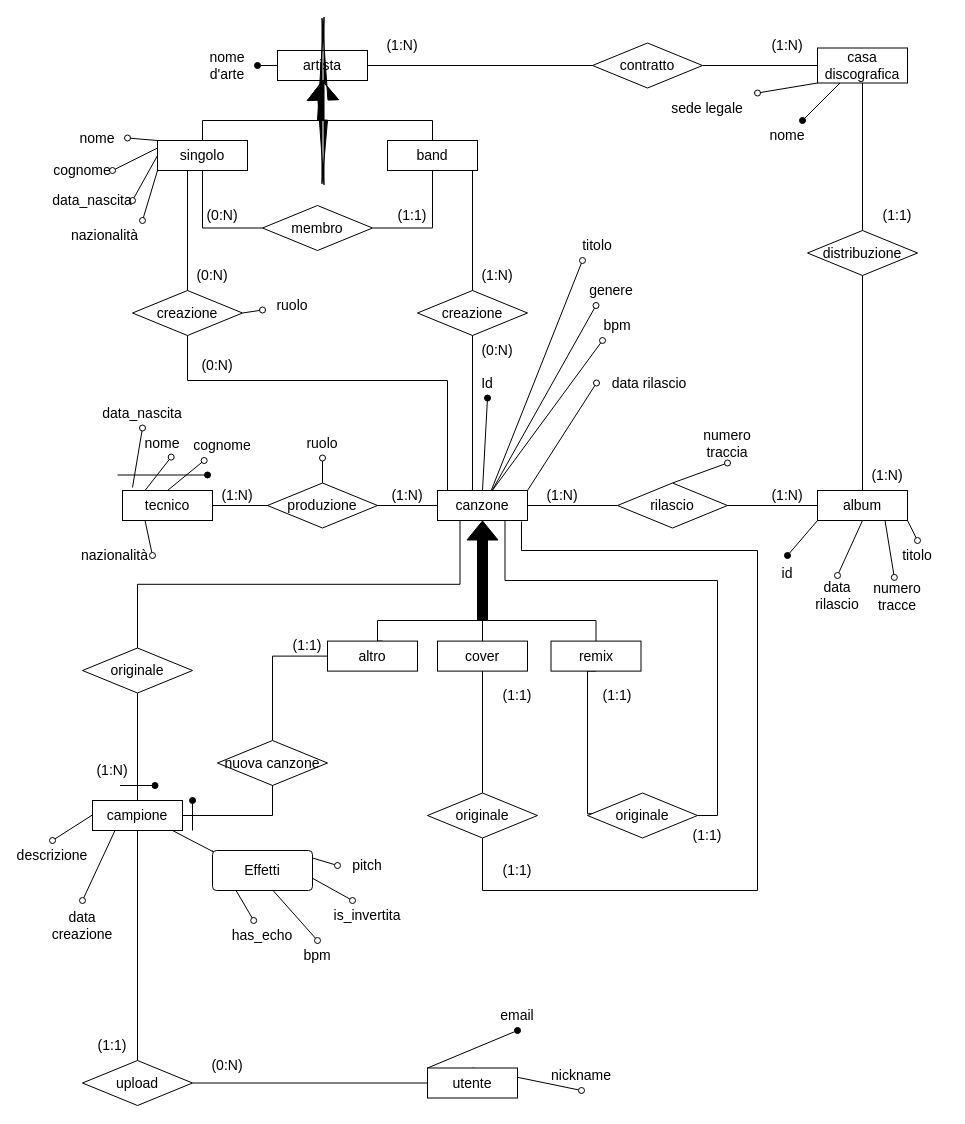
This is diagramma er v2.drawio from Stef4noo/materiale-progetto-basi, a draw.io file, before an edit. Source tidied: cells renumbered, new cells numbered last; positions are measured from the earlier drawing's top-left corner, leaving out a move shared by most shapes. Both pictures are drawn from the tidied source at 100%, with x=0, y=0 at pixel (22, 30).
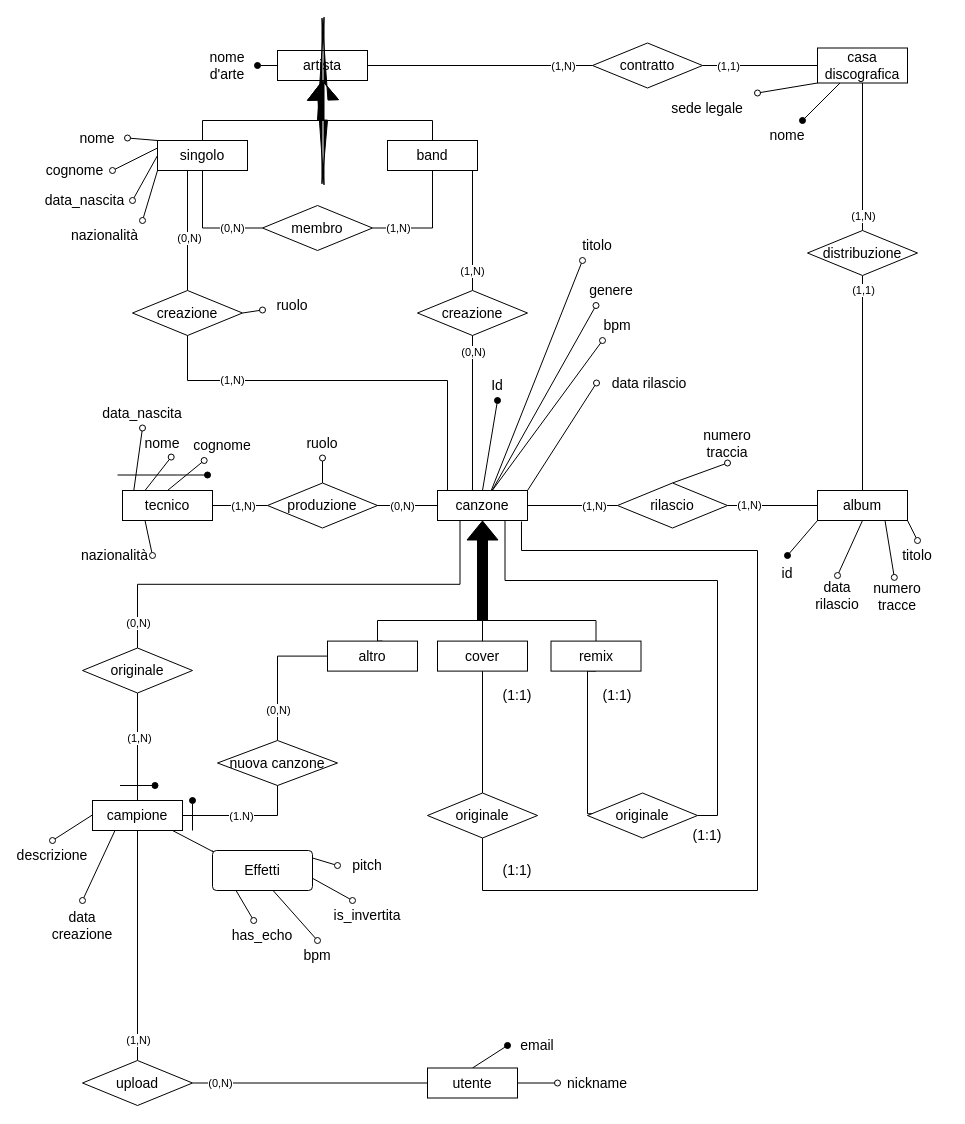
Above is the later version.

Commit message:
sistemate castronerie su cardinalità

The change refers to these unchanged cells:
```xml
<mxCell id="7" style="edgeStyle=orthogonalEdgeStyle;rounded=0;jettySize=auto;html=1;exitX=0.25;exitY=1;exitDx=0;exitDy=0;entryX=0.5;entryY=0;entryDx=0;entryDy=0;endArrow=none;endFill=0;fontSize=14;" parent="1" edge="1" source="8" target="25">
  <mxGeometry relative="1" as="geometry" />
</mxCell>
<mxCell id="17" value="campione" style="whiteSpace=wrap;html=1;align=center;labelBackgroundColor=none;fontSize=14;" parent="1" vertex="1">
  <mxGeometry x="70" y="770" width="90" height="30" as="geometry" />
</mxCell>
<mxCell id="18" style="edgeStyle=orthogonalEdgeStyle;rounded=0;jettySize=auto;html=1;entryX=1;entryY=0.5;entryDx=0;entryDy=0;endArrow=none;endFill=0;labelBackgroundColor=none;fontColor=default;fontSize=14;" parent="1" edge="1" source="21" target="8">
  <mxGeometry relative="1" as="geometry" />
</mxCell>
<mxCell id="19" style="edgeStyle=orthogonalEdgeStyle;rounded=0;jettySize=auto;html=1;entryX=0;entryY=0.5;entryDx=0;entryDy=0;endArrow=none;endFill=0;labelBackgroundColor=none;fontColor=default;fontSize=14;" parent="1" edge="1" source="21" target="13">
  <mxGeometry relative="1" as="geometry" />
</mxCell>
<mxCell id="22" style="edgeStyle=orthogonalEdgeStyle;rounded=0;jettySize=auto;html=1;exitX=0.75;exitY=1;exitDx=0;exitDy=0;entryX=0.5;entryY=0;entryDx=0;entryDy=0;endArrow=none;endFill=0;fontSize=14;" parent="1" edge="1" source="23" target="121">
  <mxGeometry relative="1" as="geometry">
    <Array as="points">
      <mxPoint x="450" y="140" />
    </Array>
  </mxGeometry>
</mxCell>
<mxCell id="24" style="edgeStyle=orthogonalEdgeStyle;rounded=0;jettySize=auto;html=1;exitX=0.5;exitY=1;exitDx=0;exitDy=0;endArrow=none;endFill=0;fontSize=14;" parent="1" edge="1" source="25" target="17">
  <mxGeometry relative="1" as="geometry" />
</mxCell>
<mxCell id="26" style="edgeStyle=orthogonalEdgeStyle;rounded=0;jettySize=auto;html=1;exitX=0.5;exitY=0;exitDx=0;exitDy=0;entryX=0;entryY=0.5;entryDx=0;entryDy=0;endArrow=none;endFill=0;fontSize=14;" parent="1" edge="1" source="27" target="130">
  <mxGeometry relative="1" as="geometry" />
</mxCell>
<mxCell id="30" value="utente" style="whiteSpace=wrap;html=1;align=center;labelBackgroundColor=none;fontSize=14;" parent="1" vertex="1">
  <mxGeometry x="405" y="1037.5" width="90" height="30" as="geometry" />
</mxCell>
<mxCell id="31" style="edgeStyle=orthogonalEdgeStyle;rounded=0;jettySize=auto;html=1;entryX=0.5;entryY=1;entryDx=0;entryDy=0;endArrow=none;endFill=0;fontSize=14;" parent="1" edge="1" source="33" target="17">
  <mxGeometry relative="1" as="geometry" />
</mxCell>
<mxCell id="32" style="edgeStyle=orthogonalEdgeStyle;rounded=0;jettySize=auto;html=1;exitX=1;exitY=0.5;exitDx=0;exitDy=0;entryX=0;entryY=0.5;entryDx=0;entryDy=0;endArrow=none;endFill=0;fontSize=14;" parent="1" edge="1" source="33" target="30">
  <mxGeometry relative="1" as="geometry" />
</mxCell>
<mxCell id="34" style="edgeStyle=orthogonalEdgeStyle;rounded=0;jettySize=auto;html=1;exitX=0;exitY=0.5;exitDx=0;exitDy=0;entryX=0.5;entryY=1;entryDx=0;entryDy=0;endArrow=none;endFill=0;fontSize=14;" parent="1" edge="1" source="36" target="43">
  <mxGeometry relative="1" as="geometry" />
</mxCell>
<mxCell id="35" style="edgeStyle=orthogonalEdgeStyle;rounded=0;jettySize=auto;html=1;exitX=1;exitY=0.5;exitDx=0;exitDy=0;entryX=0.5;entryY=1;entryDx=0;entryDy=0;endArrow=none;endFill=0;fontSize=14;" parent="1" edge="1" source="36" target="23">
  <mxGeometry relative="1" as="geometry" />
</mxCell>
<mxCell id="41" style="edgeStyle=orthogonalEdgeStyle;rounded=0;jettySize=auto;html=1;exitX=0.25;exitY=1;exitDx=0;exitDy=0;endArrow=none;endFill=0;fontSize=14;" parent="1" edge="1" source="43" target="51">
  <mxGeometry relative="1" as="geometry">
    <Array as="points">
      <mxPoint x="165" y="140" />
    </Array>
  </mxGeometry>
</mxCell>
<mxCell id="49" value="tecnico" style="whiteSpace=wrap;html=1;align=center;labelBackgroundColor=none;fontSize=14;" parent="1" vertex="1">
  <mxGeometry x="100" y="460" width="90" height="30" as="geometry" />
</mxCell>
<mxCell id="52" style="edgeStyle=orthogonalEdgeStyle;rounded=0;jettySize=auto;html=1;shape=wire;dashed=1;endArrow=none;endFill=0;entryX=0;entryY=0.5;entryDx=0;entryDy=0;exitX=1;exitY=0.5;exitDx=0;exitDy=0;fontSize=14;" parent="1" edge="1" source="55" target="8">
  <mxGeometry relative="1" as="geometry">
    <Array as="points">
      <mxPoint x="345" y="475" />
      <mxPoint x="345" y="475" />
    </Array>
  </mxGeometry>
</mxCell>
<mxCell id="54" style="edgeStyle=orthogonalEdgeStyle;rounded=0;jettySize=auto;html=1;exitX=0;exitY=0.5;exitDx=0;exitDy=0;entryX=1;entryY=0.5;entryDx=0;entryDy=0;endArrow=none;endFill=0;fontSize=14;" parent="1" edge="1" source="55" target="49">
  <mxGeometry relative="1" as="geometry" />
</mxCell>
<mxCell id="56" style="edgeStyle=orthogonalEdgeStyle;rounded=0;jettySize=auto;html=1;entryX=0;entryY=0;entryDx=0;entryDy=0;endArrow=none;endFill=0;exitX=0.5;exitY=1;exitDx=0;exitDy=0;fontSize=14;" parent="1" edge="1" source="51" target="8">
  <mxGeometry relative="1" as="geometry">
    <Array as="points">
      <mxPoint x="165" y="350" />
      <mxPoint x="425" y="350" />
      <mxPoint x="425" y="460" />
    </Array>
  </mxGeometry>
</mxCell>
<mxCell id="57" style="edgeStyle=orthogonalEdgeStyle;rounded=0;jettySize=auto;html=1;exitX=0;exitY=0.5;exitDx=0;exitDy=0;entryX=1;entryY=0.5;entryDx=0;entryDy=0;endArrow=none;endFill=0;fontSize=14;" parent="1" edge="1" source="61" target="63">
  <mxGeometry relative="1" as="geometry" />
</mxCell>
<mxCell id="60" style="edgeStyle=orthogonalEdgeStyle;rounded=0;jettySize=auto;html=1;exitX=0.5;exitY=1;exitDx=0;exitDy=0;entryX=0.5;entryY=0;entryDx=0;entryDy=0;endArrow=none;endFill=0;" parent="1" edge="1" source="61" target="65">
  <mxGeometry relative="1" as="geometry" />
</mxCell>
<mxCell id="62" style="edgeStyle=orthogonalEdgeStyle;rounded=0;jettySize=auto;html=1;exitX=0;exitY=0.5;exitDx=0;exitDy=0;entryX=1;entryY=0.5;entryDx=0;entryDy=0;endArrow=none;endFill=0;fontSize=14;" parent="1" edge="1" source="63" target="45">
  <mxGeometry relative="1" as="geometry" />
</mxCell>
<mxCell id="64" style="edgeStyle=orthogonalEdgeStyle;rounded=0;jettySize=auto;html=1;exitX=0.5;exitY=1;exitDx=0;exitDy=0;endArrow=none;endFill=0;fontSize=14;" parent="1" edge="1" source="65" target="13">
  <mxGeometry relative="1" as="geometry" />
</mxCell>
<mxCell id="84" value="data_nascita" style="text;html=1;whiteSpace=wrap;strokeColor=none;fillColor=none;align=center;verticalAlign=middle;rounded=0;fontSize=14;" parent="1" vertex="1">
  <mxGeometry x="80" y="367.5" width="80" height="30" as="geometry" />
</mxCell>
<mxCell id="122" style="edgeStyle=orthogonalEdgeStyle;rounded=0;jettySize=auto;html=1;exitX=0.5;exitY=1;exitDx=0;exitDy=0;entryX=0.375;entryY=-0.003;entryDx=0;entryDy=0;entryPerimeter=0;endArrow=none;endFill=0;fontSize=14;" parent="1" edge="1" source="121" target="8">
  <mxGeometry relative="1" as="geometry">
    <Array as="points">
      <mxPoint x="450" y="460" />
    </Array>
  </mxGeometry>
</mxCell>
```

What changed in the source:
```diff
@@
+    <mxCell id="145" value="(0,N)" style="edgeLabel;html=1;align=center;verticalAlign=middle;" parent="7" vertex="1">
+      <mxGeometry x="0.89" y="3" relative="1" as="geometry">
+        <mxPoint x="-3" as="offset" />
+      </mxGeometry>
+    </mxCell>
@@
+    <mxCell id="146" value="(1,N)" style="edgeLabel;html=1;align=center;verticalAlign=middle;" parent="18" vertex="1">
+      <mxGeometry x="-0.28" relative="1" as="geometry">
+        <mxPoint x="8" as="offset" />
+      </mxGeometry>
+    </mxCell>
@@
+    <mxCell id="147" value="(1,N)" style="edgeLabel;html=1;align=center;verticalAlign=middle;" parent="19" vertex="1">
+      <mxGeometry x="-0.54" y="1" relative="1" as="geometry" />
+    </mxCell>
@@
+    <mxCell id="148" value="(1,N)" style="edgeLabel;html=1;align=center;verticalAlign=middle;" parent="22" vertex="1">
+      <mxGeometry x="0.72" y="-1" relative="1" as="geometry" />
+    </mxCell>
@@
+    <mxCell id="149" value="(1,N)" style="edgeLabel;html=1;align=center;verticalAlign=middle;" parent="24" vertex="1">
+      <mxGeometry x="-0.17" y="1" relative="1" as="geometry" />
+    </mxCell>
@@
+    <mxCell id="150" value="(0,N)" style="edgeLabel;html=1;align=center;verticalAlign=middle;" parent="26" vertex="1">
+      <mxGeometry x="-0.54" relative="1" as="geometry" />
+    </mxCell>
     <mxCell id="27" value="nuova canzone" style="shape=rhombus;perimeter=rhombusPerimeter;whiteSpace=wrap;html=1;align=center;labelBackgroundColor=none;fontSize=14;" parent="1" vertex="1">
-      <mxGeometry x="195" y="710" width="110" height="45" as="geometry" />
+      <mxGeometry x="195" y="710" width="120" height="45" as="geometry" />
     </mxCell>
-    <mxCell id="28" style="rounded=0;jettySize=auto;html=1;exitX=0.5;exitY=0;exitDx=0;exitDy=0;entryX=0.5;entryY=1;entryDx=0;entryDy=0;endArrow=oval;endFill=0;fontSize=14;" parent="1" edge="1" source="30" target="97">
+    <mxCell id="28" style="rounded=0;jettySize=auto;html=1;exitX=1;exitY=0.5;exitDx=0;exitDy=0;entryX=0;entryY=0.5;entryDx=0;entryDy=0;endArrow=oval;endFill=0;fontSize=14;" parent="1" edge="1" source="30" target="97">
       <mxGeometry relative="1" as="geometry" />
     </mxCell>
-    <mxCell id="29" style="rounded=0;jettySize=auto;html=1;exitX=0;exitY=0;exitDx=0;exitDy=0;entryX=0.5;entryY=1;entryDx=0;entryDy=0;endArrow=oval;endFill=1;fontSize=14;" parent="1" edge="1" source="30" target="98">
+    <mxCell id="29" style="rounded=0;jettySize=auto;html=1;exitX=0.5;exitY=0;exitDx=0;exitDy=0;entryX=0;entryY=0.5;entryDx=0;entryDy=0;endArrow=oval;endFill=1;fontSize=14;" parent="1" edge="1" source="30" target="98">
       <mxGeometry relative="1" as="geometry" />
     </mxCell>
@@
+    <mxCell id="151" value="(1,N)" style="edgeLabel;html=1;align=center;verticalAlign=middle;" parent="31" vertex="1">
+      <mxGeometry x="-0.82" relative="1" as="geometry" />
+    </mxCell>
@@
+    <mxCell id="152" value="(0,N)" style="edgeLabel;html=1;align=center;verticalAlign=middle;" parent="32" vertex="1">
+      <mxGeometry x="-0.77" relative="1" as="geometry" />
+    </mxCell>
@@
+    <mxCell id="153" value="(0,N)" style="edgeLabel;html=1;align=center;verticalAlign=middle;" parent="34" vertex="1">
+      <mxGeometry x="-0.47" relative="1" as="geometry" />
+    </mxCell>
@@
+    <mxCell id="154" value="(1,N)" style="edgeLabel;html=1;align=center;verticalAlign=middle;" parent="35" vertex="1">
+      <mxGeometry x="-0.54" y="1" relative="1" as="geometry">
+        <mxPoint x="-2" y="1" as="offset" />
+      </mxGeometry>
+    </mxCell>
@@
+    <mxCell id="155" value="(0,N)" style="edgeLabel;html=1;align=center;verticalAlign=middle;" parent="41" vertex="1">
+      <mxGeometry x="0.18" y="1" relative="1" as="geometry" />
+    </mxCell>
@@
+    <mxCell id="156" value="(0,N)" style="edgeLabel;html=1;align=center;verticalAlign=middle;" parent="52" vertex="1">
+      <mxGeometry x="0.1" y="-3" relative="1" as="geometry">
+        <mxPoint y="-3" as="offset" />
+      </mxGeometry>
+    </mxCell>
@@
+    <mxCell id="157" value="(1,N)" style="edgeLabel;html=1;align=center;verticalAlign=middle;" parent="54" vertex="1">
+      <mxGeometry x="0.08" y="-2" relative="1" as="geometry">
+        <mxPoint x="5" y="2" as="offset" />
+      </mxGeometry>
+    </mxCell>
@@
+    <mxCell id="158" value="(1,N)" style="edgeLabel;html=1;align=center;verticalAlign=middle;" parent="56" vertex="1">
+      <mxGeometry x="-0.57" y="1" relative="1" as="geometry">
+        <mxPoint x="-2" as="offset" />
+      </mxGeometry>
+    </mxCell>
@@
+    <mxCell id="159" value="(1,1)" style="edgeLabel;html=1;align=center;verticalAlign=middle;" parent="57" vertex="1">
+      <mxGeometry x="0.04" y="-1" relative="1" as="geometry">
+        <mxPoint x="-30" y="1" as="offset" />
+      </mxGeometry>
+    </mxCell>
@@
+    <mxCell id="160" value="(1,N)" style="edgeLabel;html=1;align=center;verticalAlign=middle;" parent="60" vertex="1">
+      <mxGeometry x="0.03" y="-1" relative="1" as="geometry">
+        <mxPoint x="1" y="57" as="offset" />
+      </mxGeometry>
+    </mxCell>
@@
+    <mxCell id="161" value="(1,N)" style="edgeLabel;html=1;align=center;verticalAlign=middle;" parent="62" vertex="1">
+      <mxGeometry x="-0.14" y="1" relative="1" as="geometry">
+        <mxPoint x="67" y="-1" as="offset" />
+      </mxGeometry>
+    </mxCell>
@@
+    <mxCell id="162" value="(1,1)" style="edgeLabel;html=1;align=center;verticalAlign=middle;" parent="64" vertex="1">
+      <mxGeometry x="-0.81" y="-2" relative="1" as="geometry">
+        <mxPoint x="2" y="-6" as="offset" />
+      </mxGeometry>
+    </mxCell>
@@
-    <mxCell id="71" value="(1:1)" style="text;html=1;whiteSpace=wrap;strokeColor=none;fillColor=none;align=center;verticalAlign=middle;rounded=0;fontSize=14;" parent="1" vertex="1">
-      <mxGeometry x="360" y="170" width="60" height="30" as="geometry" />
-    </mxCell>
-    <mxCell id="72" value="(1:1)" style="text;html=1;whiteSpace=wrap;strokeColor=none;fillColor=none;align=center;verticalAlign=middle;rounded=0;fontSize=14;" parent="1" vertex="1">
-      <mxGeometry x="255" y="600" width="60" height="30" as="geometry" />
-    </mxCell>
-    <mxCell id="73" value="(1:N)" style="text;html=1;whiteSpace=wrap;strokeColor=none;fillColor=none;align=center;verticalAlign=middle;rounded=0;fontSize=14;" parent="1" vertex="1">
-      <mxGeometry x="735" y="450" width="60" height="30" as="geometry" />
-    </mxCell>
-    <mxCell id="74" value="(1:N)" style="text;html=1;whiteSpace=wrap;strokeColor=none;fillColor=none;align=center;verticalAlign=middle;rounded=0;fontSize=14;" parent="1" vertex="1">
-      <mxGeometry x="835" y="430" width="60" height="30" as="geometry" />
-    </mxCell>
-    <mxCell id="75" value="(1:1)" style="text;html=1;whiteSpace=wrap;strokeColor=none;fillColor=none;align=center;verticalAlign=middle;rounded=0;fontSize=14;" parent="1" vertex="1">
-      <mxGeometry x="845" y="170" width="60" height="30" as="geometry" />
-    </mxCell>
-    <mxCell id="76" value="(1:N)" style="text;html=1;whiteSpace=wrap;strokeColor=none;fillColor=none;align=center;verticalAlign=middle;rounded=0;fontSize=14;" parent="1" vertex="1">
-      <mxGeometry x="735" width="60" height="30" as="geometry" />
-    </mxCell>
-    <mxCell id="77" value="(1:N)" style="text;html=1;whiteSpace=wrap;strokeColor=none;fillColor=none;align=center;verticalAlign=middle;rounded=0;fontSize=14;" parent="1" vertex="1">
-      <mxGeometry x="185" y="450" width="60" height="30" as="geometry" />
-    </mxCell>
-    <mxCell id="78" value="(1:N)" style="text;html=1;whiteSpace=wrap;strokeColor=none;fillColor=none;align=center;verticalAlign=middle;rounded=0;fontSize=14;" parent="1" vertex="1">
-      <mxGeometry x="355" y="450" width="60" height="30" as="geometry" />
-    </mxCell>
-    <mxCell id="79" value="(0:N)" style="text;html=1;whiteSpace=wrap;strokeColor=none;fillColor=none;align=center;verticalAlign=middle;rounded=0;fontSize=14;" parent="1" vertex="1">
-      <mxGeometry x="165" y="320" width="60" height="30" as="geometry" />
-    </mxCell>
-    <mxCell id="80" value="(1:N)" style="text;html=1;whiteSpace=wrap;strokeColor=none;fillColor=none;align=center;verticalAlign=middle;rounded=0;fontSize=14;" parent="1" vertex="1">
-      <mxGeometry x="445" y="230" width="60" height="30" as="geometry" />
-    </mxCell>
-    <mxCell id="81" value="(1:N)" style="text;html=1;whiteSpace=wrap;strokeColor=none;fillColor=none;align=center;verticalAlign=middle;rounded=0;fontSize=14;" parent="1" vertex="1">
-      <mxGeometry x="350" width="60" height="30" as="geometry" />
-    </mxCell>
-    <mxCell id="82" value="(0:N)" style="text;html=1;whiteSpace=wrap;strokeColor=none;fillColor=none;align=center;verticalAlign=middle;rounded=0;fontSize=14;" parent="1" vertex="1">
-      <mxGeometry x="170" y="170" width="60" height="30" as="geometry" />
-    </mxCell>
@@
-    <mxCell id="87" style="rounded=0;jettySize=auto;html=1;exitX=0.111;exitY=-0.1;exitDx=0;exitDy=0;endArrow=oval;endFill=0;entryX=0.5;entryY=1;entryDx=0;entryDy=0;exitPerimeter=0;fontSize=14;" parent="1" edge="1" source="49" target="84">
+    <mxCell id="87" style="rounded=0;jettySize=auto;html=1;exitX=0.125;exitY=0.01;exitDx=0;exitDy=0;endArrow=oval;endFill=0;entryX=0.5;entryY=1;entryDx=0;entryDy=0;exitPerimeter=0;fontSize=14;" parent="1" edge="1" source="49" target="84">
       <mxGeometry relative="1" as="geometry" />
     </mxCell>
@@
     <mxCell id="91" value="Id" style="text;html=1;whiteSpace=wrap;strokeColor=none;fillColor=none;align=center;verticalAlign=middle;rounded=0;fontSize=14;" parent="1" vertex="1">
-      <mxGeometry x="435" y="337.5" width="60" height="30" as="geometry" />
+      <mxGeometry x="445" y="340" width="60" height="30" as="geometry" />
     </mxCell>
@@
     <mxCell id="95" style="edgeStyle=orthogonalEdgeStyle;rounded=0;jettySize=auto;html=1;exitX=1;exitY=0.5;exitDx=0;exitDy=0;entryX=0.5;entryY=1;entryDx=0;entryDy=0;endArrow=none;endFill=0;fontSize=14;" parent="1" edge="1" source="17" target="27">
       <mxGeometry relative="1" as="geometry">
         <Array as="points">
-          <mxPoint x="250" y="785" />
+          <mxPoint x="255" y="785" />
         </Array>
       </mxGeometry>
     </mxCell>
+    <mxCell id="163" value="(1.N)" style="edgeLabel;html=1;align=center;verticalAlign=middle;" parent="95" vertex="1">
+      <mxGeometry x="-0.08" relative="1" as="geometry" />
+    </mxCell>
@@
     <mxCell id="97" value="nickname" style="text;html=1;whiteSpace=wrap;strokeColor=none;fillColor=none;align=center;verticalAlign=middle;rounded=0;fontSize=14;" parent="1" vertex="1">
-      <mxGeometry x="529" y="1030" width="60" height="30" as="geometry" />
+      <mxGeometry x="535" y="1037.5" width="80" height="30" as="geometry" />
     </mxCell>
     <mxCell id="98" value="email" style="text;html=1;whiteSpace=wrap;strokeColor=none;fillColor=none;align=center;verticalAlign=middle;rounded=0;fontSize=14;" parent="1" vertex="1">
-      <mxGeometry x="465" y="970" width="60" height="30" as="geometry" />
+      <mxGeometry x="485" y="1000" width="60" height="30" as="geometry" />
     </mxCell>
@@
-    <mxCell id="107" value="(1:N)" style="text;html=1;whiteSpace=wrap;strokeColor=none;fillColor=none;align=center;verticalAlign=middle;rounded=0;fontSize=14;" parent="1" vertex="1">
-      <mxGeometry x="60" y="725" width="60" height="30" as="geometry" />
-    </mxCell>
@@
     <mxCell id="114" value="data_nascita" style="text;html=1;whiteSpace=wrap;strokeColor=none;fillColor=none;align=center;verticalAlign=middle;rounded=0;fontSize=14;" parent="1" vertex="1">
-      <mxGeometry x="30" y="155" width="80" height="30" as="geometry" />
+      <mxGeometry x="15" y="155" width="95" height="30" as="geometry" />
     </mxCell>
@@
     <mxCell id="116" value="cognome" style="text;html=1;whiteSpace=wrap;strokeColor=none;fillColor=none;align=center;verticalAlign=middle;rounded=0;fontSize=14;" parent="1" vertex="1">
-      <mxGeometry x="30" y="125" width="60" height="30" as="geometry" />
+      <mxGeometry x="15" y="125" width="75" height="30" as="geometry" />
     </mxCell>
@@
-    <mxCell id="123" value="(0:N)" style="text;html=1;whiteSpace=wrap;strokeColor=none;fillColor=none;align=center;verticalAlign=middle;rounded=0;fontSize=14;" parent="1" vertex="1">
-      <mxGeometry x="445" y="305" width="60" height="30" as="geometry" />
-    </mxCell>
+    <mxCell id="164" value="(0,N)" style="edgeLabel;html=1;align=center;verticalAlign=middle;" parent="122" vertex="1">
+      <mxGeometry x="-0.79" relative="1" as="geometry" />
+    </mxCell>
@@
-    <mxCell id="131" value="(1:1)" style="text;html=1;whiteSpace=wrap;strokeColor=none;fillColor=none;align=center;verticalAlign=middle;rounded=0;fontSize=14;" parent="1" vertex="1">
-      <mxGeometry x="60" y="1000" width="60" height="30" as="geometry" />
-    </mxCell>
-    <mxCell id="132" value="(0:N)" style="text;html=1;whiteSpace=wrap;strokeColor=none;fillColor=none;align=center;verticalAlign=middle;rounded=0;fontSize=14;" parent="1" vertex="1">
-      <mxGeometry x="175" y="1020" width="60" height="30" as="geometry" />
-    </mxCell>
@@
-    <mxCell id="139" value="(1:N)" style="text;html=1;whiteSpace=wrap;strokeColor=none;fillColor=none;align=center;verticalAlign=middle;rounded=0;fontSize=14;" parent="1" vertex="1">
-      <mxGeometry x="510" y="450" width="60" height="30" as="geometry" />
-    </mxCell>
@@
-    <mxCell id="144" value="(0:N)" style="text;html=1;whiteSpace=wrap;strokeColor=none;fillColor=none;align=center;verticalAlign=middle;rounded=0;fontSize=14;" parent="1" vertex="1">
-      <mxGeometry x="160" y="230" width="60" height="30" as="geometry" />
-    </mxCell>
```
